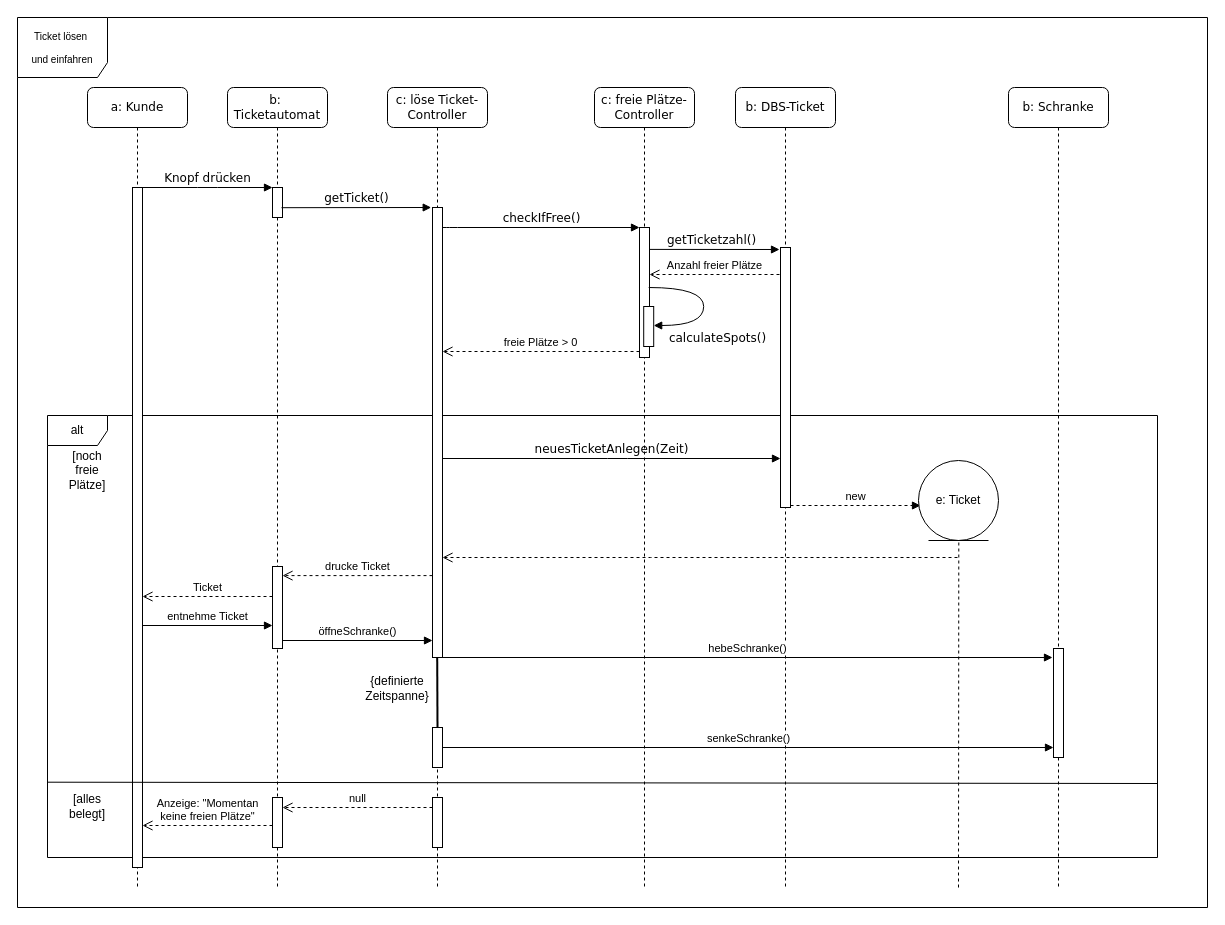
The draw.io diagram f(u)ml/Sequence_Diagrams/LaHMa-Ticket_loesen-sequence_diagram.drawio in Filsball/LaHMa_Carpark, before the edit. Source tidied: cells renumbered, new cells numbered last; positions are measured from the earlier drawing's top-left corner, leaving out a move shared by most shapes. Both pictures are drawn from the tidied source at 100%, with x=0, y=0 at pixel (17, 17).
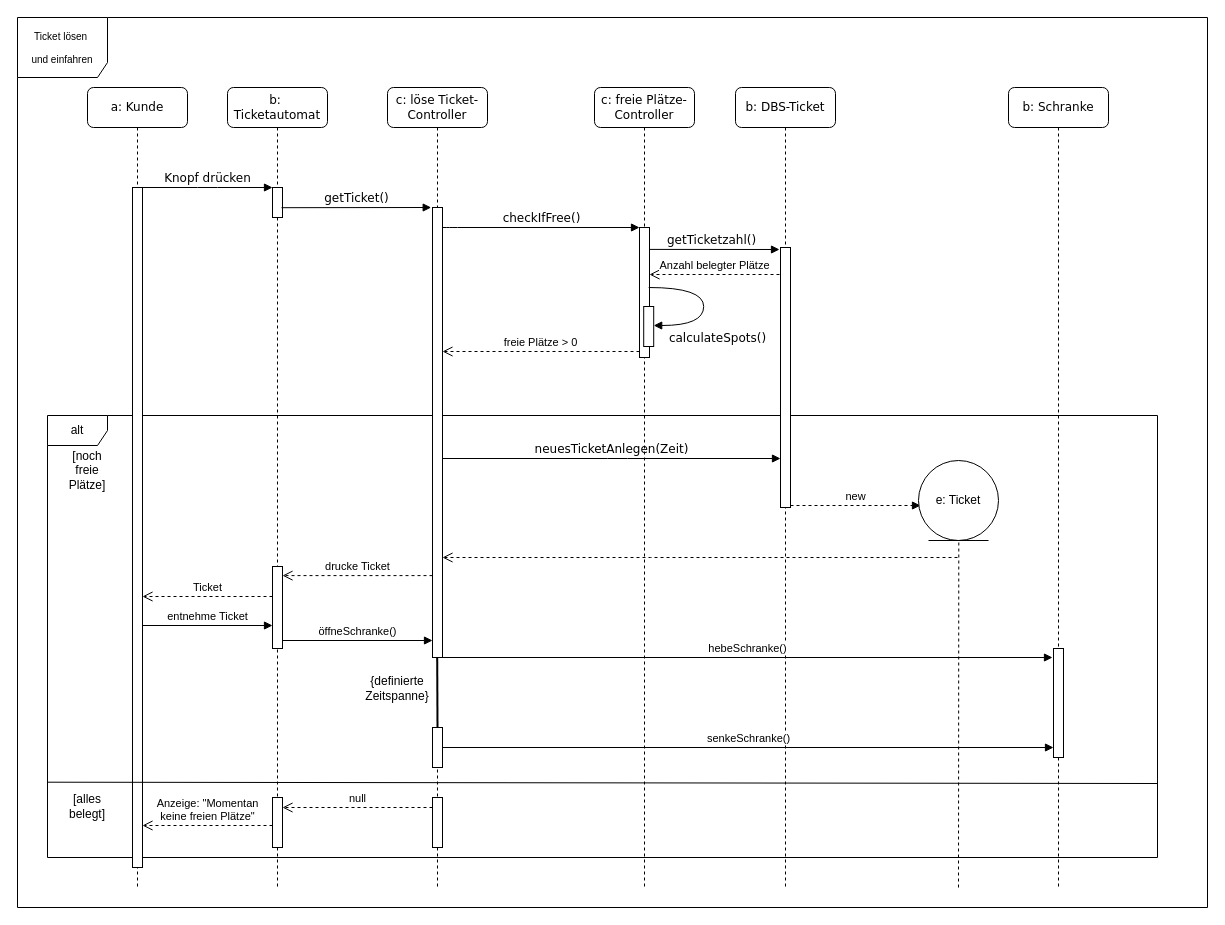
The same page after the edit.

What changed in the source:
```diff
@@
-    <mxCell id="31" value="Anzahl freier Plätze" style="html=1;verticalAlign=bottom;endArrow=open;dashed=1;endSize=8;" parent="1" edge="1">
+    <mxCell id="31" value="Anzahl belegter Plätze" style="html=1;verticalAlign=bottom;endArrow=open;dashed=1;endSize=8;" parent="1" edge="1">
       <mxGeometry relative="1" as="geometry">
         <mxPoint x="762" y="257" as="sourcePoint" />
         <mxPoint x="632" y="257" as="targetPoint" />
       </mxGeometry>
     </mxCell>
```
